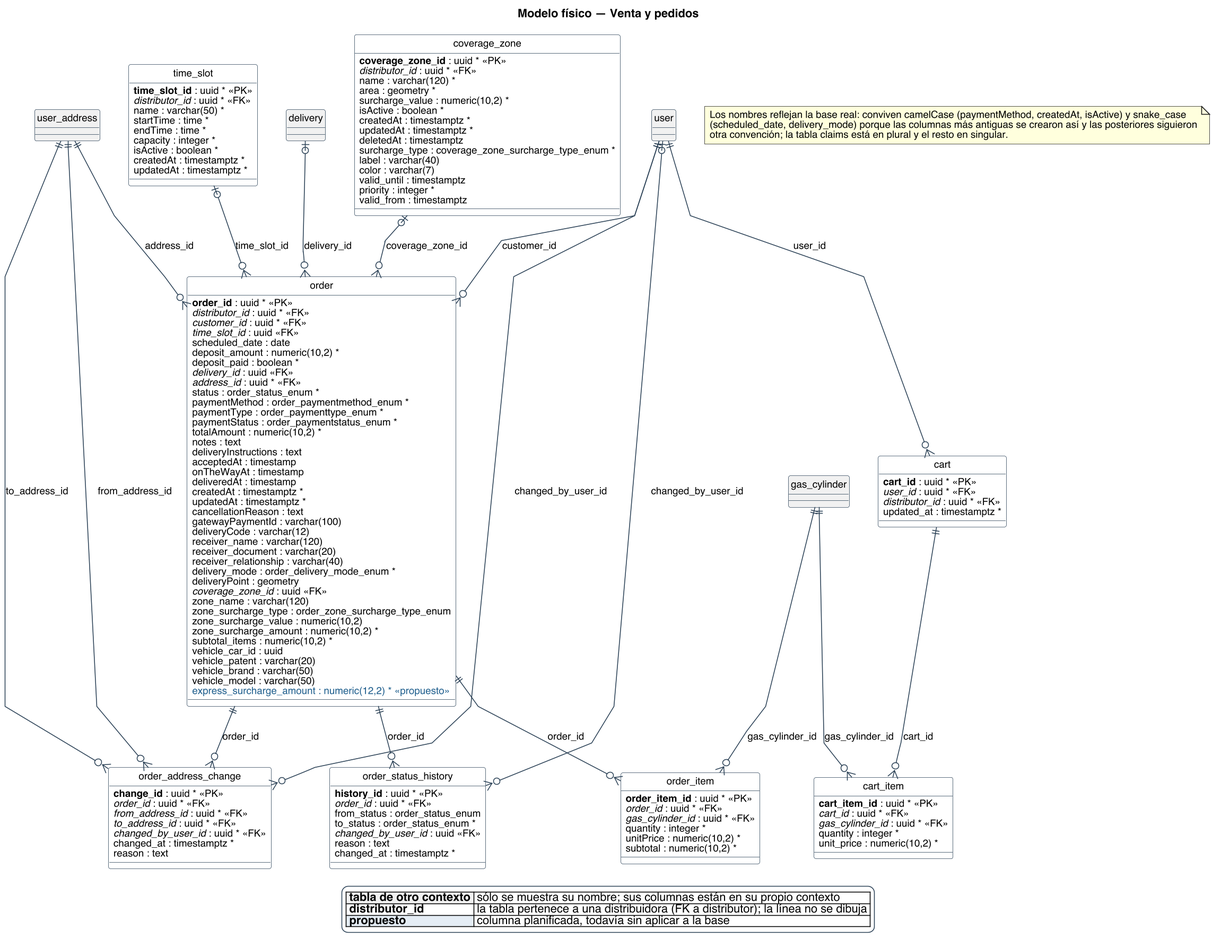
This is diagramas/base-de-datos/fisico/SPLG-fisico-04-venta-y-pedidos.png from Nahuelito-Dev/splg-docs, a PlantUML export, as it was before one commit. Source of this version:
```plantuml
@startuml
title Modelo físico — Venta y pedidos
skinparam backgroundColor #FFFFFF
skinparam shadowing false
skinparam defaultFontName Helvetica
skinparam defaultFontSize 12
skinparam dpi 150
skinparam class {
  BorderColor #2C4257
  BackgroundColor #FFFFFF
  ArrowColor #2C4257
  FontSize 12
}
skinparam entity<<ajena>> {
  BackgroundColor #F1F1F1
  BorderColor #8A97A3
  FontColor #55616C
}
skinparam class<<propuesto>> {
  BorderColor #1F5E8C
  BackgroundColor #E4EDF4
}
skinparam legendBackgroundColor #FFFFFF
skinparam legendBorderColor #2C4257

hide circle
skinparam linetype polyline

entity "coverage_zone" as e_coverage_zone {
  {field} **coverage_zone_id** : uuid * <<PK>>
  {field} //distributor_id// : uuid * <<FK>>
  {field} name : varchar(120) *
  {field} area : geometry *
  {field} surcharge_value : numeric(10,2) *
  {field} isActive : boolean *
  {field} createdAt : timestamptz *
  {field} updatedAt : timestamptz *
  {field} deletedAt : timestamptz
  {field} surcharge_type : coverage_zone_surcharge_type_enum *
  {field} label : varchar(40)
  {field} color : varchar(7)
  {field} valid_until : timestamptz
  {field} priority : integer *
  {field} valid_from : timestamptz
}
entity "time_slot" as e_time_slot {
  {field} **time_slot_id** : uuid * <<PK>>
  {field} //distributor_id// : uuid * <<FK>>
  {field} name : varchar(50) *
  {field} startTime : time *
  {field} endTime : time *
  {field} capacity : integer *
  {field} isActive : boolean *
  {field} createdAt : timestamptz *
  {field} updatedAt : timestamptz *
}
entity "cart" as e_cart {
  {field} **cart_id** : uuid * <<PK>>
  {field} //user_id// : uuid * <<FK>>
  {field} //distributor_id// : uuid * <<FK>>
  {field} updated_at : timestamptz *
}
entity "cart_item" as e_cart_item {
  {field} **cart_item_id** : uuid * <<PK>>
  {field} //cart_id// : uuid * <<FK>>
  {field} //gas_cylinder_id// : uuid * <<FK>>
  {field} quantity : integer *
  {field} unit_price : numeric(10,2) *
}
entity "order" as e_order {
  {field} **order_id** : uuid * <<PK>>
  {field} //distributor_id// : uuid * <<FK>>
  {field} //customer_id// : uuid * <<FK>>
  {field} //time_slot_id// : uuid <<FK>>
  {field} scheduled_date : date
  {field} deposit_amount : numeric(10,2) *
  {field} deposit_paid : boolean *
  {field} //delivery_id// : uuid <<FK>>
  {field} //address_id// : uuid * <<FK>>
  {field} status : order_status_enum *
  {field} paymentMethod : order_paymentmethod_enum *
  {field} paymentType : order_paymenttype_enum *
  {field} paymentStatus : order_paymentstatus_enum *
  {field} totalAmount : numeric(10,2) *
  {field} notes : text
  {field} deliveryInstructions : text
  {field} acceptedAt : timestamp
  {field} onTheWayAt : timestamp
  {field} deliveredAt : timestamp
  {field} createdAt : timestamptz *
  {field} updatedAt : timestamptz *
  {field} cancellationReason : text
  {field} gatewayPaymentId : varchar(100)
  {field} deliveryCode : varchar(12)
  {field} receiver_name : varchar(120)
  {field} receiver_document : varchar(20)
  {field} receiver_relationship : varchar(40)
  {field} delivery_mode : order_delivery_mode_enum *
  {field} deliveryPoint : geometry
  {field} //coverage_zone_id// : uuid <<FK>>
  {field} zone_name : varchar(120)
  {field} zone_surcharge_type : order_zone_surcharge_type_enum
  {field} zone_surcharge_value : numeric(10,2)
  {field} zone_surcharge_amount : numeric(10,2) *
  {field} subtotal_items : numeric(10,2) *
  {field} vehicle_car_id : uuid
  {field} vehicle_patent : varchar(20)
  {field} vehicle_brand : varchar(50)
  {field} vehicle_model : varchar(50)
  {field} <color:#1F5E8C>express_surcharge_amount : numeric(12,2) * <<propuesto>></color>
}
entity "order_address_change" as e_order_address_change {
  {field} **change_id** : uuid * <<PK>>
  {field} //order_id// : uuid * <<FK>>
  {field} //from_address_id// : uuid * <<FK>>
  {field} //to_address_id// : uuid * <<FK>>
  {field} //changed_by_user_id// : uuid * <<FK>>
  {field} changed_at : timestamptz *
  {field} reason : text
}
entity "order_item" as e_order_item {
  {field} **order_item_id** : uuid * <<PK>>
  {field} //order_id// : uuid * <<FK>>
  {field} //gas_cylinder_id// : uuid * <<FK>>
  {field} quantity : integer *
  {field} unitPrice : numeric(10,2) *
  {field} subtotal : numeric(10,2) *
}
entity "order_status_history" as e_order_status_history {
  {field} **history_id** : uuid * <<PK>>
  {field} //order_id// : uuid * <<FK>>
  {field} from_status : order_status_enum
  {field} to_status : order_status_enum *
  {field} //changed_by_user_id// : uuid <<FK>>
  {field} reason : text
  {field} changed_at : timestamptz *
}
entity "user" as e_user #F1F1F1 {
}
entity "gas_cylinder" as e_gas_cylinder #F1F1F1 {
}
entity "user_address" as e_user_address #F1F1F1 {
}
entity "delivery" as e_delivery #F1F1F1 {
}

e_user ||--o{ e_cart : user_id
e_cart ||--o{ e_cart_item : cart_id
e_gas_cylinder ||--o{ e_cart_item : gas_cylinder_id
e_user_address ||--o{ e_order : address_id
e_coverage_zone |o--o{ e_order : coverage_zone_id
e_user ||--o{ e_order : customer_id
e_delivery |o--o{ e_order : delivery_id
e_time_slot |o--o{ e_order : time_slot_id
e_user ||--o{ e_order_address_change : changed_by_user_id
e_user_address ||--o{ e_order_address_change : from_address_id
e_order ||--o{ e_order_address_change : order_id
e_user_address ||--o{ e_order_address_change : to_address_id
e_gas_cylinder ||--o{ e_order_item : gas_cylinder_id
e_order ||--o{ e_order_item : order_id
e_user |o--o{ e_order_status_history : changed_by_user_id
e_order ||--o{ e_order_status_history : order_id

legend bottom
|<#F1F1F1> **tabla de otro contexto** | sólo se muestra su nombre; sus columnas están en su propio contexto |
|<#FFFFFF> **distributor_id** | la tabla pertenece a una distribuidora (FK a distributor); la línea no se dibuja |
|<#E4EDF4> **propuesto** | columna planificada, todavía sin aplicar a la base |
endlegend
note as N
  Los nombres reflejan la base real: conviven camelCase (paymentMethod, createdAt, isActive) y snake_case
  (scheduled_date, delivery_mode) porque las columnas más antiguas se crearon así y las posteriores siguieron
  otra convención; la tabla claims está en plural y el resto en singular.
end note
@enduml
```
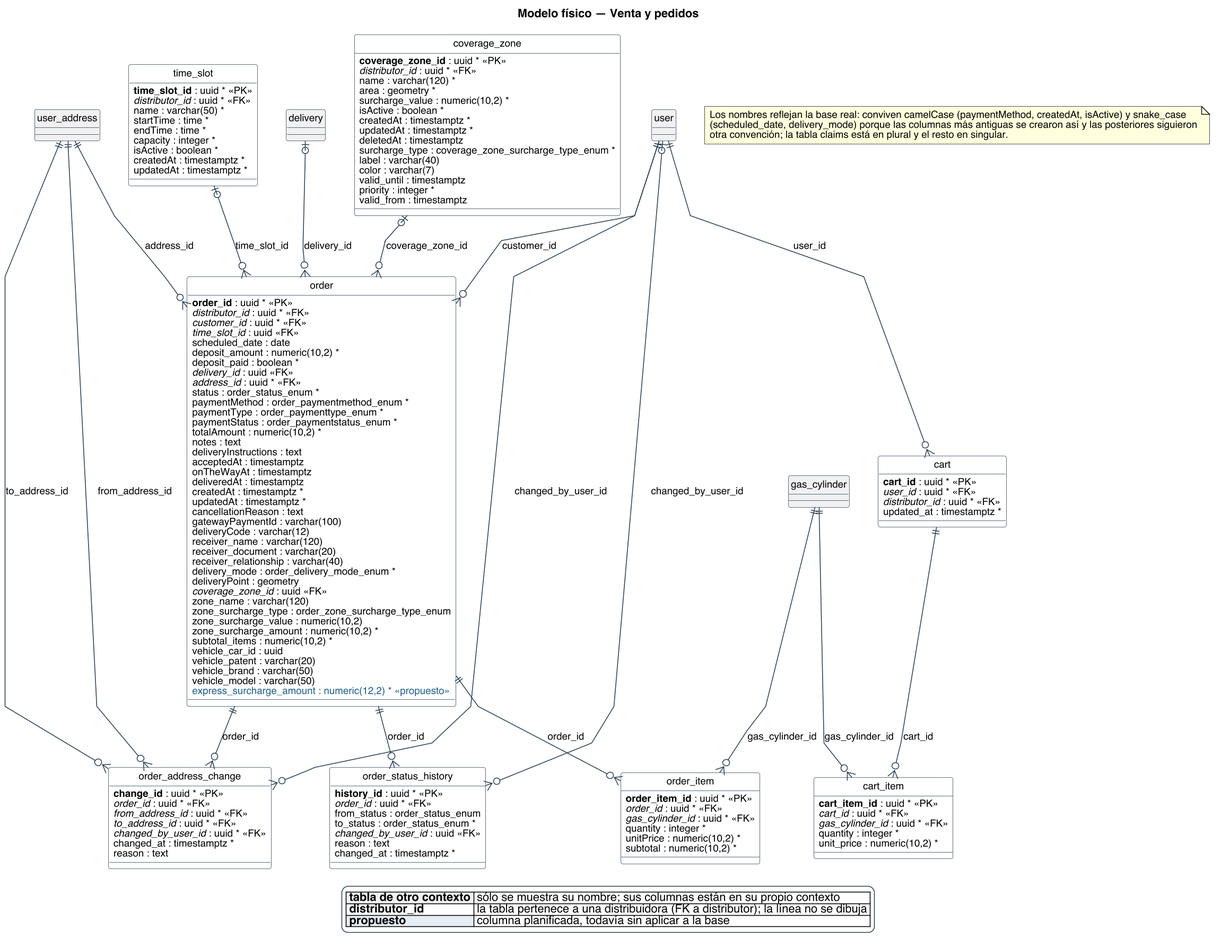
The same file after the commit.

Diff of the diagram source:
```diff
@@ -17,6 +17,10 @@
   FontColor #55616C
 }
 skinparam class<<propuesto>> {
+  BorderColor #1F5E8C
+  BackgroundColor #E4EDF4
+}
+skinparam entity<<propuesto>> {
   BorderColor #1F5E8C
   BackgroundColor #E4EDF4
 }
@@ -84,9 +88,9 @@
   {field} totalAmount : numeric(10,2) *
   {field} notes : text
   {field} deliveryInstructions : text
-  {field} acceptedAt : timestamp
-  {field} onTheWayAt : timestamp
-  {field} deliveredAt : timestamp
+  {field} acceptedAt : timestamptz
+  {field} onTheWayAt : timestamptz
+  {field} deliveredAt : timestamptz
   {field} createdAt : timestamptz *
   {field} updatedAt : timestamptz *
   {field} cancellationReason : text
```
